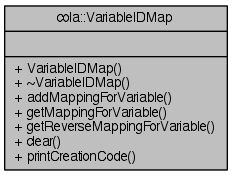
Above: documentation/classcola_1_1VariableIDMap__coll__graph.png in mjwybrow/adaptagrams (Graphviz), before the change. Its source is kept beside it as documentation/classcola_1_1VariableIDMap__coll__graph.dot.
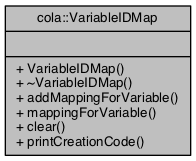
Later version of the same file.

Diff of the diagram source:
```diff
@@ -2,5 +2,5 @@
 {
   edge [fontname="Helvetica",fontsize="10",labelfontname="Helvetica",labelfontsize="10"];
   node [fontname="Helvetica",fontsize="10",shape=record];
-  Node1 [label="{cola::VariableIDMap\n||+ VariableIDMap()\l+ ~VariableIDMap()\l+ addMappingForVariable()\l+ getMappingForVariable()\l+ getReverseMappingForVariable()\l+ clear()\l+ printCreationCode()\l}",height=0.2,width=0.4,color="black", fillcolor="grey75", style="filled" fontcolor="black"];
+  Node1 [label="{cola::VariableIDMap\n||+ VariableIDMap()\l+ ~VariableIDMap()\l+ addMappingForVariable()\l+ mappingForVariable()\l+ clear()\l+ printCreationCode()\l}",height=0.2,width=0.4,color="black", fillcolor="grey75", style="filled", fontcolor="black"];
 }
```
